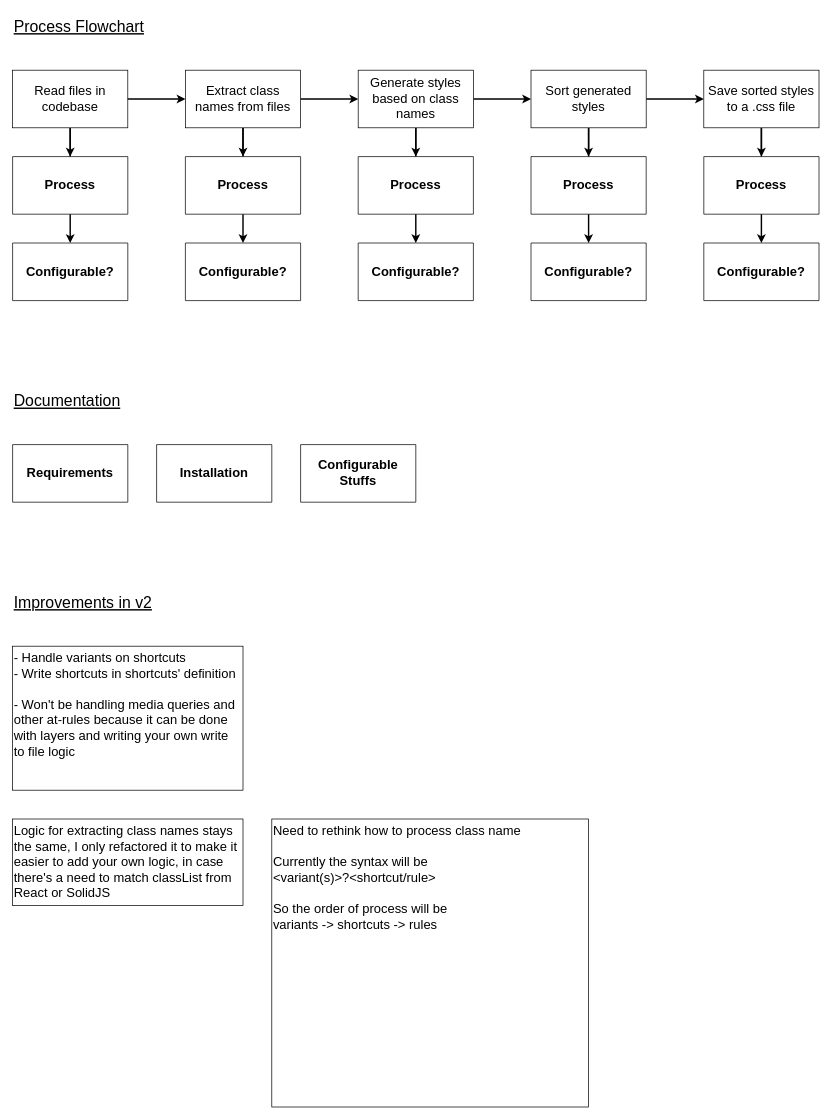
Before: page "General Process" (1 of 2) of source/brainstorm.drawio in ARipeAppleByYoursTruly/css-via-regexed-classes, a draw.io diagram. Source tidied: cells renumbered, new cells numbered last; positions are measured from the earlier drawing's top-left corner, leaving out a move shared by most shapes. Both pictures are drawn from the tidied source at 72%, with x=0, y=0 at pixel (12, 12).
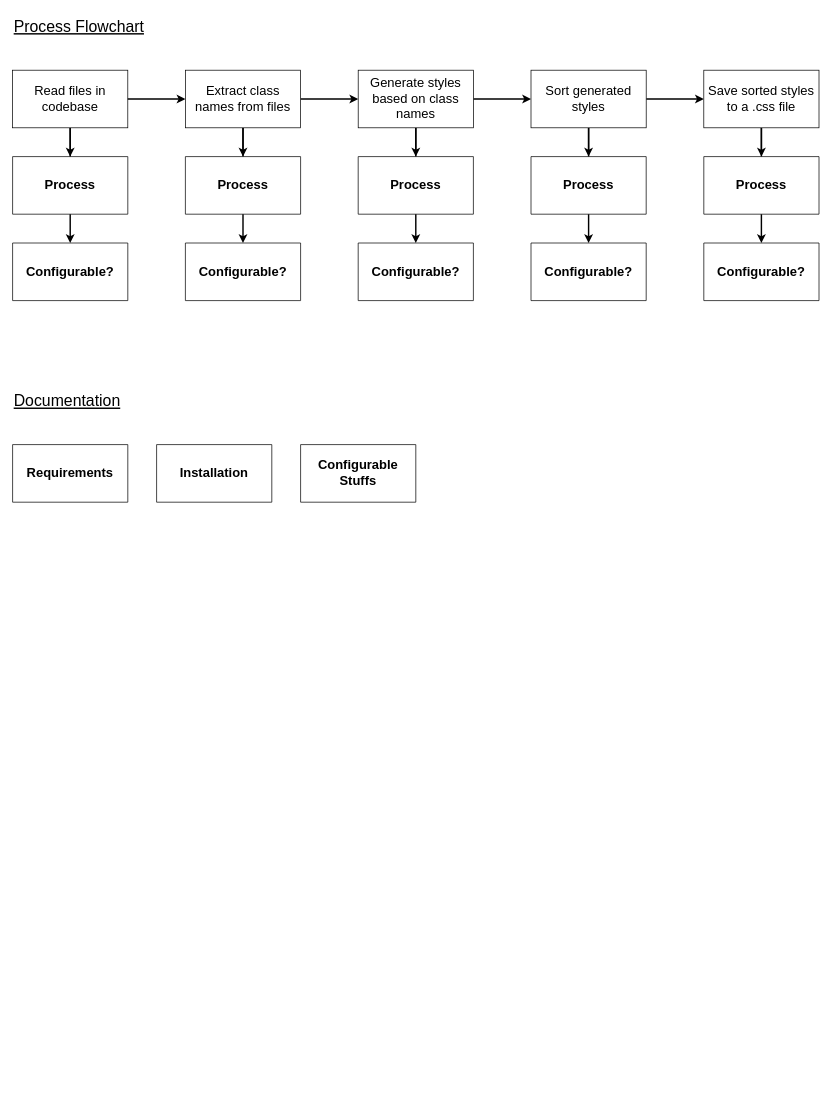
The same diagram, later.

The edit, as a diff of the source:
```diff
@@
-    <mxCell id="36" value="Improvements in v2" style="text;html=1;strokeColor=none;fillColor=none;align=left;verticalAlign=middle;rounded=0;fontSize=22;fontStyle=4;" parent="1" vertex="1">
-      <mxGeometry y="800" width="120" height="40" as="geometry" />
-    </mxCell>
-    <mxCell id="37" value="- Handle variants on shortcuts&lt;br&gt;- Write shortcuts in shortcuts' definition&lt;br&gt;&lt;br&gt;- Won't be handling media queries and other at-rules because it can be done with layers and writing your own write to file logic" style="rounded=0;whiteSpace=wrap;html=1;fontSize=18;align=left;verticalAlign=top;" parent="1" vertex="1">
-      <mxGeometry y="880" width="320" height="200" as="geometry" />
-    </mxCell>
-    <mxCell id="38" value="Logic for extracting class names stays the same, I only refactored it to make it easier to add your own logic, in case there's a need to match classList from React or SolidJS" style="rounded=0;whiteSpace=wrap;html=1;fontSize=18;align=left;verticalAlign=top;" parent="1" vertex="1">
-      <mxGeometry y="1120" width="320" height="120" as="geometry" />
-    </mxCell>
-    <mxCell id="39" value="Need to rethink how to process class name&lt;br&gt;&lt;br&gt;Currently the syntax will be&lt;br&gt;&amp;lt;variant(s)&amp;gt;?&amp;lt;shortcut/rule&amp;gt;&lt;br&gt;&lt;br&gt;So the order of process will be&lt;br&gt;variants -&amp;gt; shortcuts -&amp;gt; rules" style="rounded=0;whiteSpace=wrap;html=1;fontSize=18;align=left;verticalAlign=top;" parent="1" vertex="1">
-      <mxGeometry x="360" y="1120" width="440" height="400" as="geometry" />
-    </mxCell>
```
